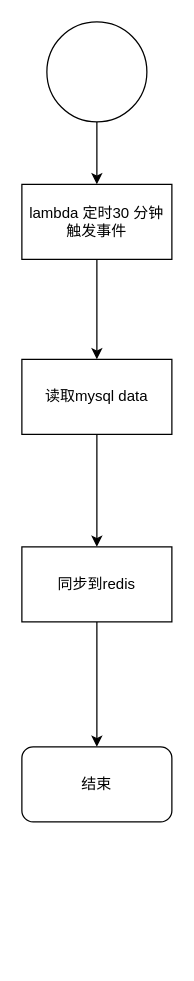
Before: Untitled Diagram.drawio in gitxiaohuo/diagrams, a draw.io diagram. Source tidied: cells renumbered, new cells numbered last; positions are measured from the earlier drawing's top-left corner, leaving out a move shared by most shapes. Both pictures are drawn from the tidied source at 125%, with x=0, y=0 at pixel (21, 21).
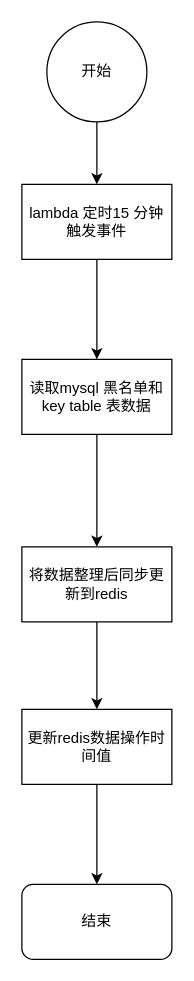
Above is the later version.

Change to the diagram source:
```diff
@@
 <mxGraphModel>
   <root>
     <mxCell id="0" />
     <mxCell id="1" parent="0" />
     <mxCell id="2" style="edgeStyle=orthogonalEdgeStyle;rounded=0;jettySize=auto;html=1;" parent="1" edge="1" source="3" target="9">
       <mxGeometry relative="1" as="geometry" />
     </mxCell>
-    <mxCell id="3" style="ellipse;whiteSpace=wrap;html=1;" parent="1" vertex="1">
+    <mxCell id="3" value="开始" style="ellipse;whiteSpace=wrap;html=1;" parent="1" vertex="1">
       <mxGeometry x="20" width="80" height="80" as="geometry" />
     </mxCell>
     <mxCell id="4" style="edgeStyle=orthogonalEdgeStyle;rounded=0;jettySize=auto;html=1;" parent="1" edge="1" source="5" target="7">
       <mxGeometry relative="1" as="geometry" />
     </mxCell>
-    <mxCell id="5" value="读取mysql data" style="rounded=0;whiteSpace=wrap;html=1;" parent="1" vertex="1">
+    <mxCell id="5" value="读取mysql 黑名单和key table 表数据" style="rounded=0;whiteSpace=wrap;html=1;" parent="1" vertex="1">
       <mxGeometry y="270" width="120" height="60" as="geometry" />
     </mxCell>
-    <mxCell id="6" style="edgeStyle=orthogonalEdgeStyle;rounded=0;jettySize=auto;html=1;" parent="1" edge="1" source="7" target="10">
-      <mxGeometry relative="1" as="geometry" />
-    </mxCell>
+    <mxCell id="11" style="edgeStyle=orthogonalEdgeStyle;rounded=0;jettySize=auto;html=1;" parent="1" edge="1" source="7" target="13">
+      <mxGeometry relative="1" as="geometry" />
+    </mxCell>
-    <mxCell id="7" value="同步到redis" style="rounded=0;whiteSpace=wrap;html=1;" parent="1" vertex="1">
+    <mxCell id="7" value="将数据整理后同步更新到redis" style="rounded=0;whiteSpace=wrap;html=1;" parent="1" vertex="1">
       <mxGeometry y="420" width="120" height="60" as="geometry" />
     </mxCell>
     <mxCell id="8" style="edgeStyle=orthogonalEdgeStyle;rounded=0;jettySize=auto;html=1;" parent="1" edge="1" source="9" target="5">
       <mxGeometry relative="1" as="geometry" />
     </mxCell>
-    <mxCell id="9" value="lambda 定时30 分钟触发事件" style="rounded=0;whiteSpace=wrap;html=1;" parent="1" vertex="1">
+    <mxCell id="9" value="lambda 定时15 分钟触发事件" style="rounded=0;whiteSpace=wrap;html=1;" parent="1" vertex="1">
       <mxGeometry y="130" width="120" height="60" as="geometry" />
     </mxCell>
     <mxCell id="10" value="结束" style="rounded=1;whiteSpace=wrap;html=1;" parent="1" vertex="1">
-      <mxGeometry y="580" width="120" height="60" as="geometry" />
+      <mxGeometry y="690" width="120" height="60" as="geometry" />
     </mxCell>
+    <mxCell id="12" style="edgeStyle=orthogonalEdgeStyle;rounded=0;jettySize=auto;html=1;" parent="1" edge="1" source="13" target="10">
+      <mxGeometry relative="1" as="geometry" />
+    </mxCell>
+    <mxCell id="13" value="更新redis数据操作时间值" style="rounded=0;whiteSpace=wrap;html=1;" parent="1" vertex="1">
+      <mxGeometry y="550" width="120" height="60" as="geometry" />
+    </mxCell>
   </root>
 </mxGraphModel>
```
